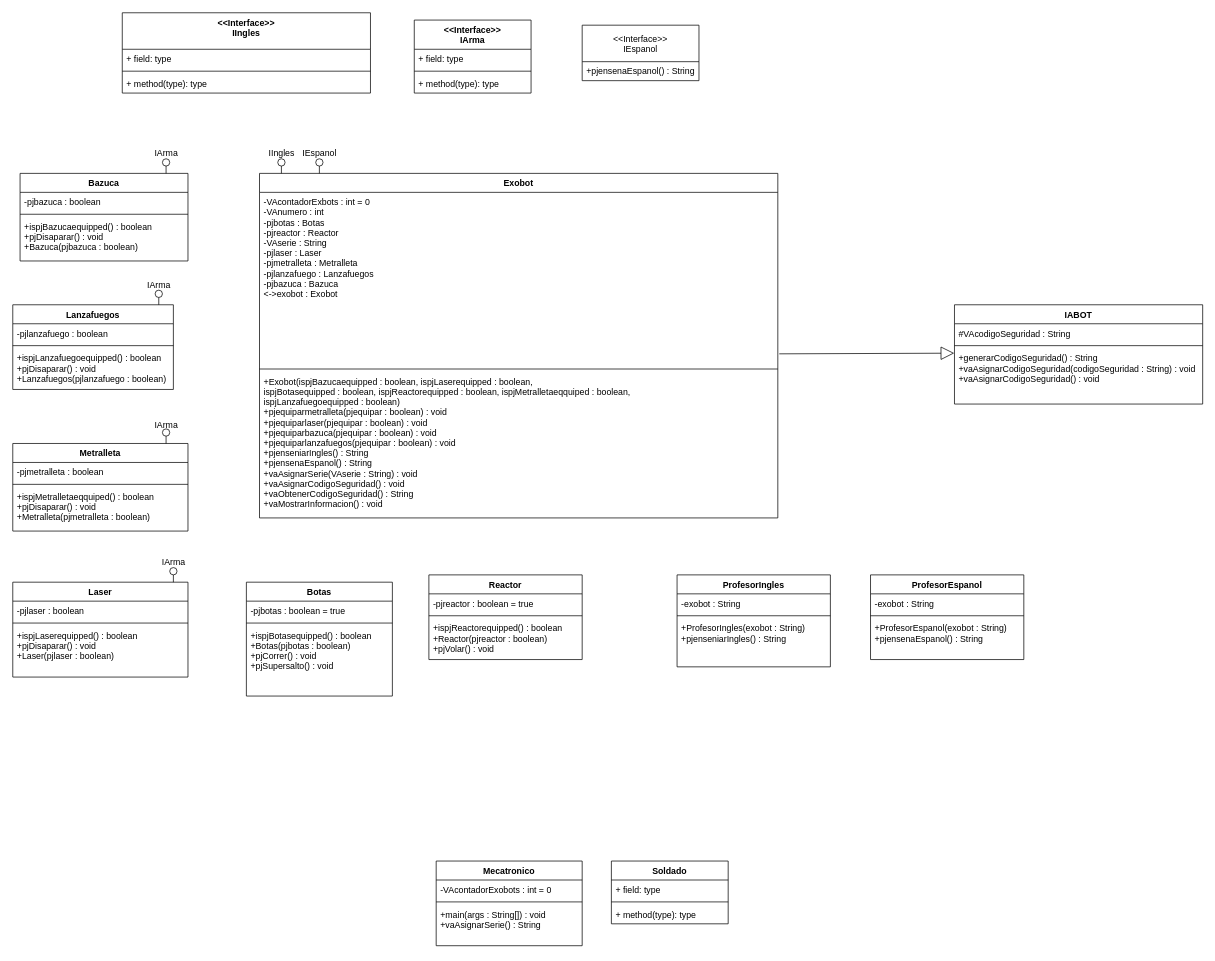
Before: Utilities/ClassDiagram.drawio in Vladimirjon/CyberbotG4, a draw.io diagram. Source tidied: cells renumbered, new cells numbered last; positions are measured from the earlier drawing's top-left corner, leaving out a move shared by most shapes. Both pictures are drawn from the tidied source at 73%, with x=0, y=0 at pixel (12, 12).
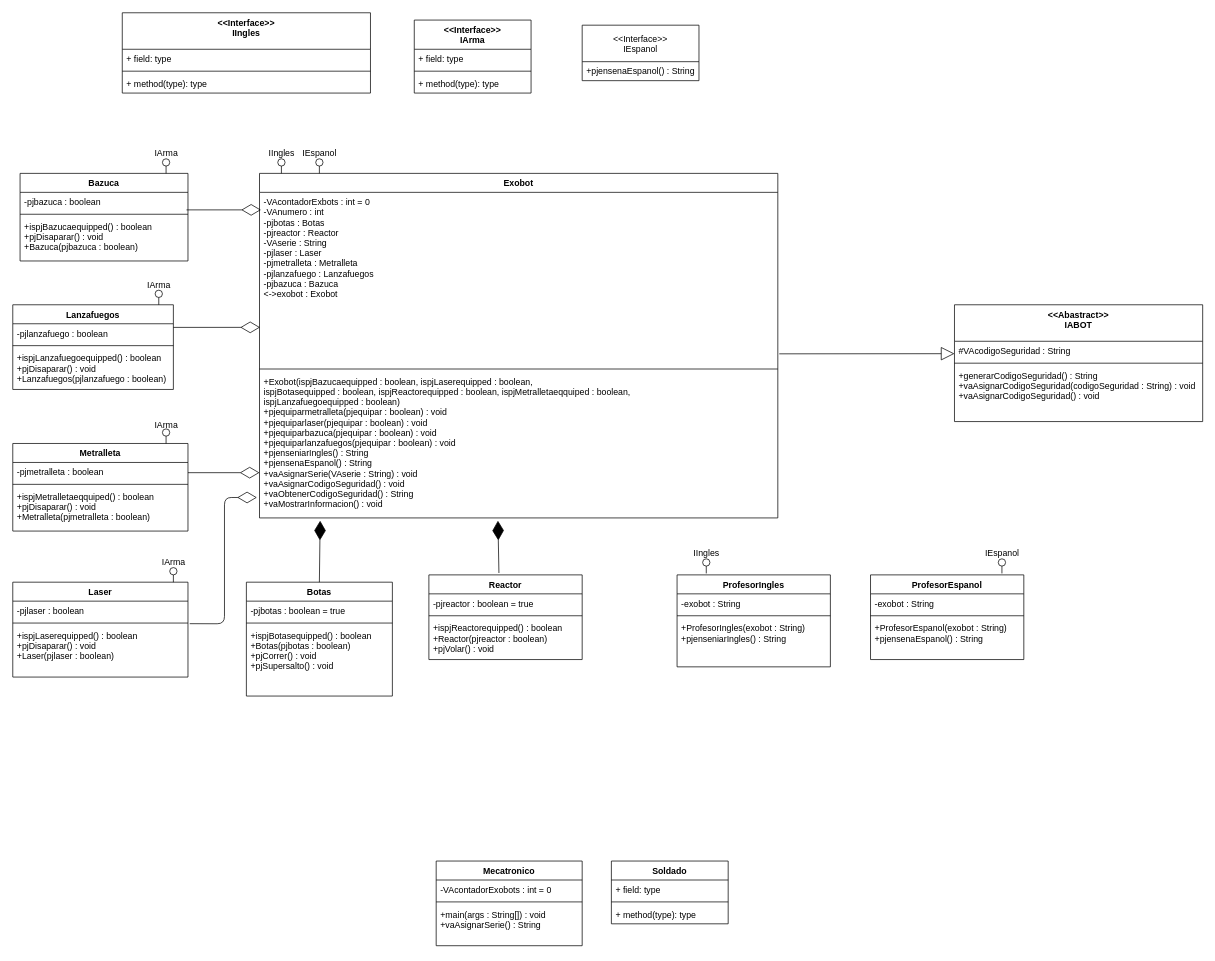
The same page after the edit.

The change refers to these unchanged cells:
```xml
<mxCell id="3" value="-VAcontadorExbots : int = 0&#10;-VAnumero : int&#10;-pjbotas : Botas&#10;-pjreactor : Reactor&#10;-VAserie : String&#10;-pjlaser : Laser&#10;-pjmetralleta : Metralleta&#10;-pjlanzafuego : Lanzafuegos&#10;-pjbazuca : Bazuca&#10;&lt;-&gt;exobot : Exobot&#10;&#10;" style="text;strokeColor=none;fillColor=none;align=left;verticalAlign=top;spacingLeft=4;spacingRight=4;overflow=hidden;points=[[0,0.5],[1,0.5]];portConstraint=eastwest;" parent="2" vertex="1">
  <mxGeometry y="26" width="710" height="238" as="geometry" />
</mxCell>
<mxCell id="5" value="+Exobot(ispjBazucaequipped : boolean, ispjLaserequipped : boolean,&#10;ispjBotasequipped : boolean, ispjReactorequipped : boolean, ispjMetralletaeqquiped : boolean, &#10;ispjLanzafuegoequipped : boolean)&#10;+pjequiparmetralleta(pjequipar : boolean) : void&#10;+pjequiparlaser(pjequipar : boolean) : void&#10;+pjequiparbazuca(pjequipar : boolean) : void&#10;+pjequiparlanzafuegos(pjequipar : boolean) : void&#10;+pjenseniarIngles() : String&#10;+pjensenaEspanol() : String&#10;+vaAsignarSerie(VAserie : String) : void&#10;+vaAsignarCodigoSeguridad() : void&#10;+vaObtenerCodigoSeguridad() : String&#10;+vaMostrarInformacion() : void" style="text;strokeColor=none;fillColor=none;align=left;verticalAlign=top;spacingLeft=4;spacingRight=4;overflow=hidden;points=[[0,0.5],[1,0.5]];portConstraint=eastwest;" parent="2" vertex="1">
  <mxGeometry y="272" width="710" height="200" as="geometry" />
</mxCell>
<mxCell id="21" value="+ispjLaserequipped() : boolean&#10;+pjDisaparar() : void&#10;+Laser(pjlaser : boolean)" style="text;strokeColor=none;fillColor=none;align=left;verticalAlign=top;spacingLeft=4;spacingRight=4;overflow=hidden;points=[[0,0.5],[1,0.5]];portConstraint=eastwest;" parent="18" vertex="1">
  <mxGeometry y="60" width="240" height="70" as="geometry" />
</mxCell>
<mxCell id="36" value="Botas" style="swimlane;fontStyle=1;align=center;verticalAlign=top;horizontal=1;startSize=26;" parent="1" vertex="1">
  <mxGeometry x="320" y="780" width="200" height="156" as="geometry" />
</mxCell>
<mxCell id="40" value="Reactor" style="swimlane;fontStyle=1;align=center;verticalAlign=top;horizontal=1;startSize=26;" parent="1" vertex="1">
  <mxGeometry x="570" y="770" width="210" height="116" as="geometry" />
</mxCell>
```

The edit, as a diff of the source:
```diff
@@
-    <mxCell id="26" value="IABOT" style="swimlane;fontStyle=1;align=center;verticalAlign=top;horizontal=1;startSize=26;" parent="1" vertex="1">
-      <mxGeometry x="1290" y="400" width="340" height="136" as="geometry" />
+    <mxCell id="26" value="&lt;&lt;Abastract&gt;&gt;&#10;IABOT" style="swimlane;fontStyle=1;align=center;verticalAlign=top;horizontal=1;startSize=50;" parent="1" vertex="1">
+      <mxGeometry x="1290" y="400" width="340" height="160" as="geometry" />
     </mxCell>
     <mxCell id="27" value="#VAcodigoSeguridad : String" style="text;strokeColor=none;fillColor=none;align=left;verticalAlign=top;spacingLeft=4;spacingRight=4;overflow=hidden;" parent="26" vertex="1">
-      <mxGeometry y="26" width="340" height="26" as="geometry" />
+      <mxGeometry y="50" width="340" height="26" as="geometry" />
     </mxCell>
     <mxCell id="28" style="line;strokeWidth=1;fillColor=none;align=left;verticalAlign=middle;spacingTop=-1;spacingLeft=3;spacingRight=3;labelPosition=right;strokeColor=inherit;" parent="26" vertex="1">
-      <mxGeometry y="52" width="340" height="8" as="geometry" />
+      <mxGeometry y="76" width="340" height="8" as="geometry" />
     </mxCell>
     <mxCell id="29" value="+generarCodigoSeguridad() : String&#10;+vaAsignarCodigoSeguridad(codigoSeguridad : String) : void&#10;+vaAsignarCodigoSeguridad() : void" style="text;strokeColor=none;fillColor=none;align=left;verticalAlign=top;spacingLeft=4;spacingRight=4;overflow=hidden;points=[[0,0.5],[1,0.5]];portConstraint=eastwest;" parent="26" vertex="1">
-      <mxGeometry y="60" width="340" height="76" as="geometry" />
+      <mxGeometry y="84" width="340" height="76" as="geometry" />
     </mxCell>
@@
-    <mxCell id="60" style="endArrow=block;endSize=16;endFill=0;html=1;entryX=-0.001;entryY=0.083;entryDx=0;entryDy=0;entryPerimeter=0;" parent="1" edge="1" target="29">
+    <mxCell id="60" style="endArrow=block;endSize=16;endFill=0;html=1;" parent="1" edge="1">
       <mxGeometry x="-0.12" y="-143" relative="1" as="geometry">
         <mxPoint x="1050" y="467.2" as="sourcePoint" />
+        <mxPoint x="1290" y="467" as="targetPoint" />
       </mxGeometry>
     </mxCell>
@@
+    <mxCell id="79" style="endArrow=diamondThin;endFill=1;endSize=24;html=1;entryX=0.46;entryY=1.019;entryDx=0;entryDy=0;entryPerimeter=0;exitX=0.457;exitY=-0.022;exitDx=0;exitDy=0;exitPerimeter=0;" parent="1" edge="1" source="40" target="5">
+      <mxGeometry relative="1" as="geometry" />
+    </mxCell>
+    <mxCell id="80" style="endArrow=diamondThin;endFill=1;endSize=24;html=1;entryX=0.117;entryY=1.019;entryDx=0;entryDy=0;entryPerimeter=0;exitX=0.5;exitY=0;exitDx=0;exitDy=0;" parent="1" edge="1" source="36" target="5">
+      <mxGeometry relative="1" as="geometry" />
+    </mxCell>
+    <mxCell id="81" style="endArrow=diamondThin;endFill=0;endSize=24;html=1;entryX=-0.005;entryY=0.86;entryDx=0;entryDy=0;entryPerimeter=0;exitX=1.01;exitY=-0.045;exitDx=0;exitDy=0;exitPerimeter=0;" parent="1" edge="1" source="21" target="5">
+      <mxGeometry relative="1" as="geometry">
+        <Array as="points">
+          <mxPoint x="290" y="837" />
+          <mxPoint x="290" y="664" />
+        </Array>
+      </mxGeometry>
+    </mxCell>
+    <mxCell id="82" style="endArrow=diamondThin;endFill=0;endSize=24;html=1;" parent="1" edge="1">
+      <mxGeometry relative="1" as="geometry">
+        <mxPoint x="240" y="630" as="sourcePoint" />
+        <mxPoint x="338" y="630" as="targetPoint" />
+      </mxGeometry>
+    </mxCell>
+    <mxCell id="83" style="endArrow=diamondThin;endFill=0;endSize=24;html=1;entryX=0.001;entryY=0.777;entryDx=0;entryDy=0;entryPerimeter=0;" parent="1" edge="1" target="3">
+      <mxGeometry relative="1" as="geometry">
+        <mxPoint x="220" y="431" as="sourcePoint" />
+      </mxGeometry>
+    </mxCell>
+    <mxCell id="84" style="endArrow=diamondThin;endFill=0;endSize=24;html=1;" parent="1" edge="1">
+      <mxGeometry relative="1" as="geometry">
+        <mxPoint x="238" y="270" as="sourcePoint" />
+        <mxPoint x="340" y="270" as="targetPoint" />
+      </mxGeometry>
+    </mxCell>
+    <mxCell id="85" style="ellipse;direction=south;" parent="1" vertex="1">
+      <mxGeometry x="945" y="748" width="10" height="10" as="geometry" />
+    </mxCell>
+    <mxCell id="86" style="endArrow=none;html=1;rounded=0;align=center;verticalAlign=top;endFill=0;labelBackgroundColor=none;endSize=2;" parent="1" edge="1">
+      <mxGeometry relative="1" as="geometry">
+        <mxPoint x="950" y="768" as="sourcePoint" />
+        <mxPoint x="950" y="758" as="targetPoint" />
+      </mxGeometry>
+    </mxCell>
+    <mxCell id="87" value="IIngles" style="text;html=1;align=center;verticalAlign=middle;strokeColor=none;fillColor=none;" parent="1" vertex="1">
+      <mxGeometry x="920" y="726" width="60" height="30" as="geometry" />
+    </mxCell>
+    <mxCell id="88" style="ellipse;direction=south;" parent="1" vertex="1">
+      <mxGeometry x="1350" y="748" width="10" height="10" as="geometry" />
+    </mxCell>
+    <mxCell id="89" style="endArrow=none;html=1;rounded=0;align=center;verticalAlign=top;endFill=0;labelBackgroundColor=none;endSize=2;" parent="1" edge="1">
+      <mxGeometry relative="1" as="geometry">
+        <mxPoint x="1355" y="768" as="sourcePoint" />
+        <mxPoint x="1355" y="758" as="targetPoint" />
+      </mxGeometry>
+    </mxCell>
+    <mxCell id="90" value="IEspanol" style="text;html=1;align=center;verticalAlign=middle;strokeColor=none;fillColor=none;" parent="1" vertex="1">
+      <mxGeometry x="1320" y="726" width="70" height="30" as="geometry" />
+    </mxCell>
```
